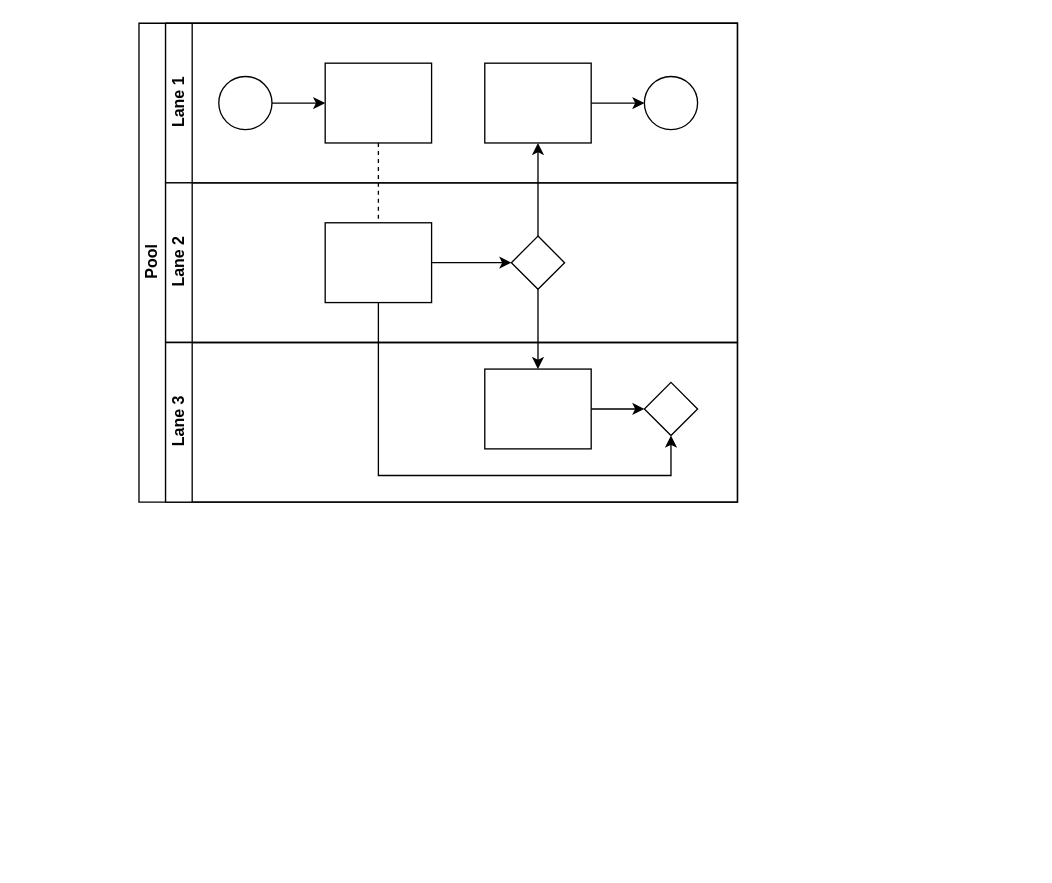
stayatnight/- keeps this draw.io diagram as 未命名绘图.drawio. Above is the earlier version. Source tidied: cells renumbered, new cells numbered last; positions are measured from the earlier drawing's top-left corner, leaving out a move shared by most shapes. Both pictures are drawn from the tidied source at 133%, with x=0, y=0 at pixel (138, 23).
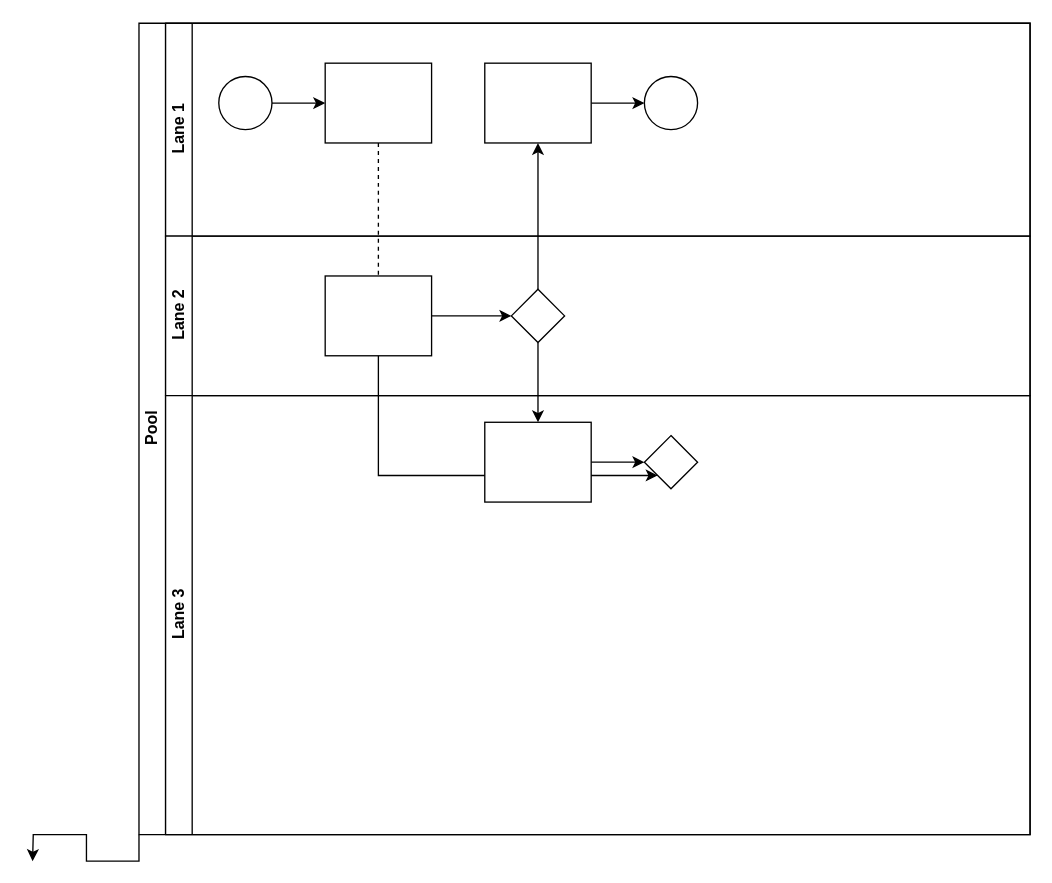
The same page after the edit.

Commit message:
无限大画板.drawio

What changed in the source:
```diff
@@
+    <mxCell id="22" style="edgeStyle=orthogonalEdgeStyle;rounded=0;jettySize=auto;html=1;exitX=0;exitY=1;exitDx=0;exitDy=0;" parent="1" edge="1" source="2">
+      <mxGeometry relative="1" as="geometry">
+        <mxPoint x="-80" y="630" as="targetPoint" />
+      </mxGeometry>
+    </mxCell>
     <mxCell id="2" value="Pool" style="swimlane;html=1;horizontal=0;startSize=20;" parent="1" vertex="1">
-      <mxGeometry width="450" height="360" as="geometry" />
+      <mxGeometry width="670" height="610" as="geometry" />
     </mxCell>
@@
     <mxCell id="7" value="Lane 1" style="swimlane;html=1;startSize=20;horizontal=0;" parent="2" vertex="1">
-      <mxGeometry x="20" width="430" height="120" as="geometry" />
+      <mxGeometry x="20" width="650" height="160" as="geometry" />
     </mxCell>
@@
     <mxCell id="14" value="Lane 2" style="swimlane;html=1;startSize=20;horizontal=0;" parent="2" vertex="1">
-      <mxGeometry x="20" y="120" width="430" height="120" as="geometry" />
+      <mxGeometry x="20" y="160" width="650" height="120" as="geometry" />
     </mxCell>
@@
     <mxCell id="18" value="Lane 3" style="swimlane;html=1;startSize=20;horizontal=0;" parent="2" vertex="1">
-      <mxGeometry x="20" y="240" width="430" height="120" as="geometry" />
+      <mxGeometry x="20" y="280" width="650" height="330" as="geometry" />
     </mxCell>
```
